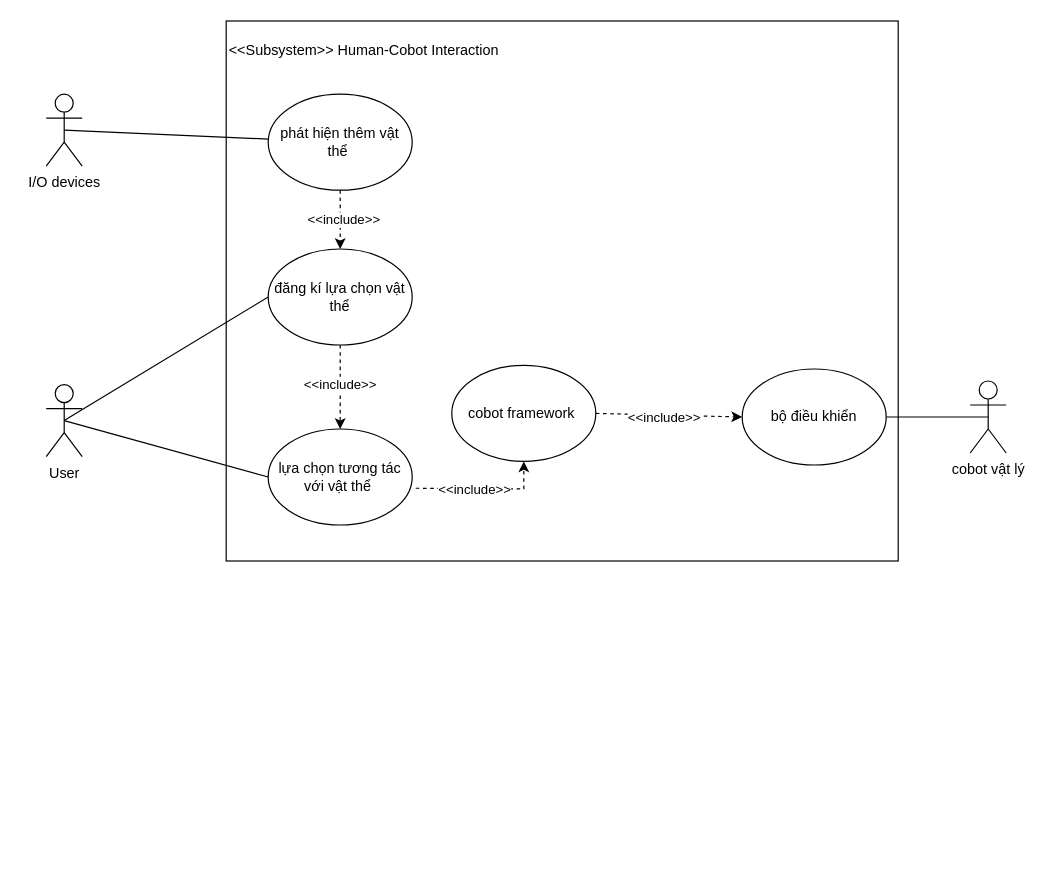
LTDat-HustK65/GP keeps this draw.io diagram as page "Page-1" (1 of 3) of user_diagram.drawio. Above is the earlier version. Source tidied: cells renumbered, new cells numbered last; positions are measured from the earlier drawing's top-left corner, leaving out a move shared by most shapes. Both pictures are drawn from the tidied source at 120%, with x=0, y=0 at pixel (46, 20).
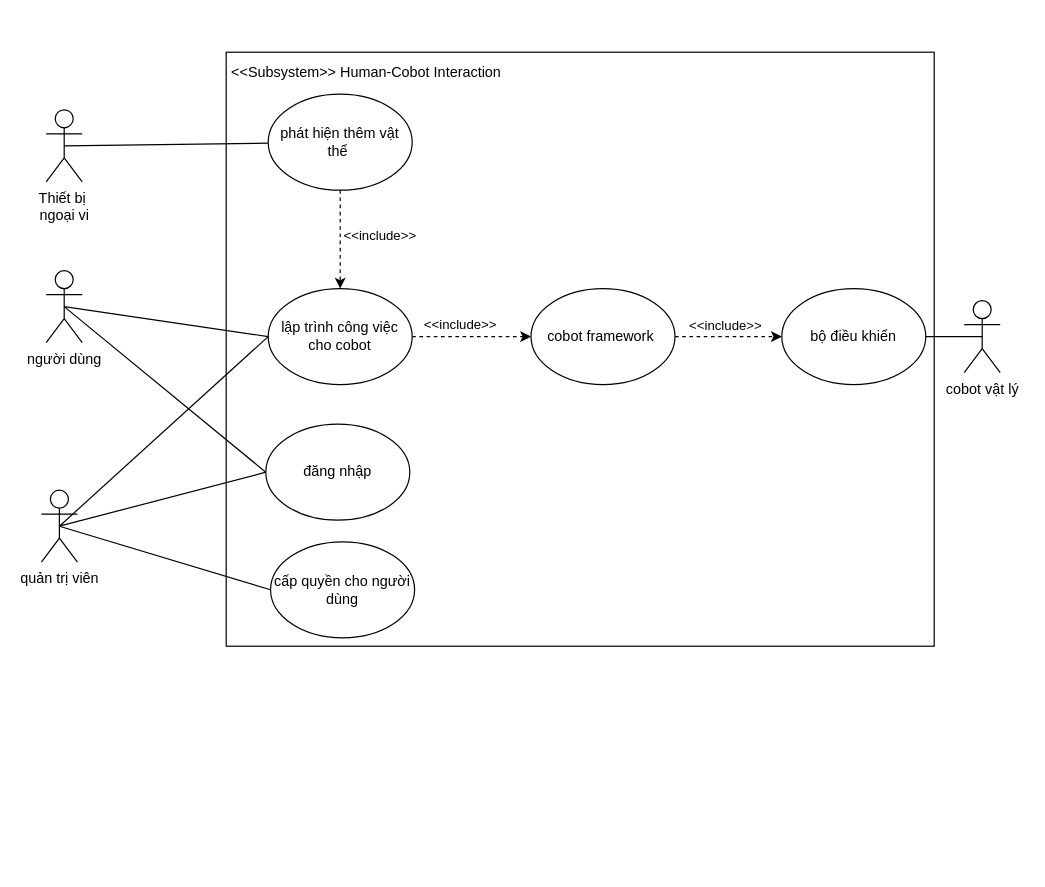
Above is the later version.

The change refers to these unchanged cells:
```xml
<mxCell id="5" value="phát hiện thêm vật thể&amp;nbsp;" style="ellipse;whiteSpace=wrap;html=1;" parent="1" vertex="1">
  <mxGeometry x="185" y="61" width="120" height="80" as="geometry" />
</mxCell>
<mxCell id="24" style="dashed=1;endArrow=classic;html=1;rounded=0;exitX=1;exitY=0.5;exitDx=0;exitDy=0;entryX=0;entryY=0.5;entryDx=0;entryDy=0;" parent="1" edge="1" source="9" target="22">
  <mxGeometry relative="1" as="geometry" />
</mxCell>
```

The edit, as a diff of the source:
```diff
@@
-    <mxCell id="2" value="I/O devices" style="shape=umlActor;verticalLabelPosition=bottom;verticalAlign=top;html=1;outlineConnect=0;" parent="1" vertex="1">
-      <mxGeometry y="61" width="30" height="60" as="geometry" />
+    <mxCell id="2" value="Thiết bị&amp;nbsp;&lt;div&gt;ngoại vi&lt;/div&gt;" style="shape=umlActor;verticalLabelPosition=bottom;verticalAlign=top;html=1;outlineConnect=0;" parent="1" vertex="1">
+      <mxGeometry y="74" width="30" height="60" as="geometry" />
     </mxCell>
-    <mxCell id="3" value="User" style="shape=umlActor;verticalLabelPosition=bottom;verticalAlign=top;html=1;outlineConnect=0;" parent="1" vertex="1">
-      <mxGeometry y="303" width="30" height="60" as="geometry" />
+    <mxCell id="3" value="người dùng" style="shape=umlActor;verticalLabelPosition=bottom;verticalAlign=top;html=1;outlineConnect=0;" parent="1" vertex="1">
+      <mxGeometry y="208" width="30" height="60" as="geometry" />
     </mxCell>
     <mxCell id="4" style="rounded=0;whiteSpace=wrap;html=1;align=center;" parent="1" vertex="1">
-      <mxGeometry x="150" width="560" height="450" as="geometry" />
+      <mxGeometry x="150" y="26" width="590" height="495" as="geometry" />
     </mxCell>
@@
-    <mxCell id="6" value="đăng kí lựa chọn vật thể" style="ellipse;whiteSpace=wrap;html=1;" parent="1" vertex="1">
-      <mxGeometry x="185" y="190" width="120" height="80" as="geometry" />
-    </mxCell>
-    <mxCell id="7" value="lựa chọn tương tác với vật thể&amp;nbsp;" style="ellipse;whiteSpace=wrap;html=1;" parent="1" vertex="1">
-      <mxGeometry x="185" y="340" width="120" height="80" as="geometry" />
+    <mxCell id="7" value="lập trình công việc cho cobot" style="ellipse;whiteSpace=wrap;html=1;" parent="1" vertex="1">
+      <mxGeometry x="185" y="223" width="120" height="80" as="geometry" />
     </mxCell>
     <mxCell id="8" value="cobot vật lý" style="shape=umlActor;verticalLabelPosition=bottom;verticalAlign=top;html=1;outlineConnect=0;" parent="1" vertex="1">
-      <mxGeometry x="770" y="300" width="30" height="60" as="geometry" />
+      <mxGeometry x="765" y="233" width="30" height="60" as="geometry" />
     </mxCell>
     <mxCell id="9" value="cobot framework&amp;nbsp;" style="ellipse;whiteSpace=wrap;html=1;" parent="1" vertex="1">
-      <mxGeometry x="338" y="287" width="120" height="80" as="geometry" />
+      <mxGeometry x="404" y="223" width="120" height="80" as="geometry" />
     </mxCell>
@@
-    <mxCell id="11" style="endArrow=none;html=1;rounded=0;exitX=0.5;exitY=0.5;exitDx=0;exitDy=0;exitPerimeter=0;entryX=0;entryY=0.5;entryDx=0;entryDy=0;" parent="1" edge="1" source="3" target="6">
-      <mxGeometry relative="1" as="geometry" />
-    </mxCell>
@@
     <mxCell id="13" value="&amp;lt;&amp;lt;Subsystem&amp;gt;&amp;gt; Human-Cobot Interaction" style="text;html=1;align=center;verticalAlign=middle;whiteSpace=wrap;rounded=0;" parent="1" vertex="1">
-      <mxGeometry x="150" y="10" width="230" height="30" as="geometry" />
+      <mxGeometry x="152" y="28" width="230" height="30" as="geometry" />
     </mxCell>
-    <mxCell id="14" style="endArrow=classic;html=1;rounded=0;exitX=0.5;exitY=1;exitDx=0;exitDy=0;entryX=0.5;entryY=0;entryDx=0;entryDy=0;dashed=1;" parent="1" edge="1" source="5" target="6">
-      <mxGeometry relative="1" as="geometry" />
-    </mxCell>
-    <mxCell id="15" value="&amp;lt;&amp;lt;include&amp;gt;&amp;gt;" style="edgeLabel;html=1;align=center;verticalAlign=middle;" parent="14" vertex="1">
-      <mxGeometry x="-0.04" y="2" relative="1" as="geometry" />
-    </mxCell>
-    <mxCell id="16" style="dashed=1;endArrow=classic;html=1;rounded=0;exitX=0.5;exitY=1;exitDx=0;exitDy=0;entryX=0.5;entryY=0;entryDx=0;entryDy=0;" parent="1" edge="1" source="6" target="7">
+    <mxCell id="16" style="dashed=1;endArrow=classic;html=1;rounded=0;exitX=0.5;exitY=1;exitDx=0;exitDy=0;entryX=0.5;entryY=0;entryDx=0;entryDy=0;" parent="1" edge="1" source="5" target="7">
       <mxGeometry relative="1" as="geometry" />
     </mxCell>
     <mxCell id="17" value="&amp;lt;&amp;lt;include&amp;gt;&amp;gt;" style="edgeLabel;html=1;align=center;verticalAlign=middle;" parent="16" vertex="1">
-      <mxGeometry x="-0.09" y="-1" relative="1" as="geometry" />
+      <mxGeometry x="-0.09" y="-1" relative="1" as="geometry">
+        <mxPoint x="33" as="offset" />
+      </mxGeometry>
     </mxCell>
-    <mxCell id="18" style="dashed=1;endArrow=classic;html=1;rounded=0;exitX=1.025;exitY=0.617;exitDx=0;exitDy=0;exitPerimeter=0;entryX=0.5;entryY=1;entryDx=0;entryDy=0;" parent="1" edge="1" source="7" target="9">
-      <mxGeometry relative="1" as="geometry">
-        <Array as="points">
-          <mxPoint x="398" y="390" />
-        </Array>
-      </mxGeometry>
+    <mxCell id="18" style="dashed=1;endArrow=classic;html=1;rounded=0;exitX=1;exitY=0.5;exitDx=0;exitDy=0;entryX=0;entryY=0.5;entryDx=0;entryDy=0;" parent="1" edge="1" source="7" target="9">
+      <mxGeometry relative="1" as="geometry" />
     </mxCell>
-    <mxCell id="19" value="&amp;lt;&amp;lt;include&amp;gt;&amp;gt;" style="edgeLabel;html=1;align=center;verticalAlign=middle;" parent="18" vertex="1">
-      <mxGeometry x="-0.13" y="-1" relative="1" as="geometry" />
-    </mxCell>
+    <mxCell id="26" value="&amp;lt;&amp;lt;include&amp;gt;&amp;gt;" style="edgeLabel;html=1;align=center;verticalAlign=middle;" parent="18" vertex="1">
+      <mxGeometry x="-0.22" y="4" relative="1" as="geometry">
+        <mxPoint y="-7" as="offset" />
+      </mxGeometry>
+    </mxCell>
-    <mxCell id="20" style="edgeStyle=orthogonalEdgeStyle;rounded=0;orthogonalLoop=1;jettySize=auto;html=1;exitX=0.5;exitY=1;exitDx=0;exitDy=0;" parent="1" edge="1" source="4" target="4">
-      <mxGeometry relative="1" as="geometry" />
+    <mxCell id="20" style="edgeStyle=orthogonalEdgeStyle;rounded=0;orthogonalLoop=1;jettySize=auto;html=1;exitX=0.5;exitY=1;exitDx=0;exitDy=0;" parent="1" edge="1">
+      <mxGeometry relative="1" as="geometry">
+        <mxPoint x="430" y="696" as="sourcePoint" />
+        <mxPoint x="430" y="696" as="targetPoint" />
+      </mxGeometry>
     </mxCell>
-    <mxCell id="21" style="edgeStyle=orthogonalEdgeStyle;rounded=0;orthogonalLoop=1;jettySize=auto;html=1;exitX=0.5;exitY=1;exitDx=0;exitDy=0;" parent="1" edge="1" source="4" target="4">
-      <mxGeometry relative="1" as="geometry" />
+    <mxCell id="21" style="edgeStyle=orthogonalEdgeStyle;rounded=0;orthogonalLoop=1;jettySize=auto;html=1;exitX=0.5;exitY=1;exitDx=0;exitDy=0;" parent="1" edge="1">
+      <mxGeometry relative="1" as="geometry">
+        <mxPoint x="430" y="696" as="sourcePoint" />
+        <mxPoint x="430" y="696" as="targetPoint" />
+      </mxGeometry>
     </mxCell>
     <mxCell id="22" value="bộ điều khiển" style="ellipse;whiteSpace=wrap;html=1;" parent="1" vertex="1">
-      <mxGeometry x="580" y="290" width="120" height="80" as="geometry" />
+      <mxGeometry x="613" y="223" width="120" height="80" as="geometry" />
     </mxCell>
@@
     <mxCell id="25" value="&amp;lt;&amp;lt;include&amp;gt;&amp;gt;" style="edgeLabel;html=1;align=center;verticalAlign=middle;" parent="24" vertex="1">
-      <mxGeometry x="-0.07" y="-2" relative="1" as="geometry" />
+      <mxGeometry x="-0.07" y="-2" relative="1" as="geometry">
+        <mxPoint y="-12" as="offset" />
+      </mxGeometry>
     </mxCell>
+    <mxCell id="27" value="đăng nhập" style="ellipse;whiteSpace=wrap;html=1;" parent="1" vertex="1">
+      <mxGeometry x="183" y="336" width="120" height="80" as="geometry" />
+    </mxCell>
+    <mxCell id="28" style="endArrow=none;html=1;rounded=0;exitX=0.5;exitY=0.5;exitDx=0;exitDy=0;exitPerimeter=0;entryX=0;entryY=0.5;entryDx=0;entryDy=0;" parent="1" edge="1" source="3" target="27">
+      <mxGeometry relative="1" as="geometry" />
+    </mxCell>
+    <mxCell id="29" value="quản trị viên" style="shape=umlActor;verticalLabelPosition=bottom;verticalAlign=top;html=1;outlineConnect=0;" parent="1" vertex="1">
+      <mxGeometry x="-4" y="391" width="30" height="60" as="geometry" />
+    </mxCell>
+    <mxCell id="30" style="endArrow=none;html=1;rounded=0;exitX=0.5;exitY=0.5;exitDx=0;exitDy=0;exitPerimeter=0;entryX=0;entryY=0.5;entryDx=0;entryDy=0;" parent="1" edge="1" source="29" target="7">
+      <mxGeometry relative="1" as="geometry" />
+    </mxCell>
+    <mxCell id="31" style="endArrow=none;html=1;rounded=0;exitX=0.5;exitY=0.5;exitDx=0;exitDy=0;exitPerimeter=0;entryX=0;entryY=0.5;entryDx=0;entryDy=0;" parent="1" edge="1" source="29" target="27">
+      <mxGeometry relative="1" as="geometry" />
+    </mxCell>
+    <mxCell id="32" value="cấp quyền cho người dùng" style="ellipse;whiteSpace=wrap;html=1;" parent="1" vertex="1">
+      <mxGeometry x="187" y="434" width="120" height="80" as="geometry" />
+    </mxCell>
+    <mxCell id="33" style="endArrow=none;html=1;rounded=0;exitX=0.5;exitY=0.5;exitDx=0;exitDy=0;exitPerimeter=0;entryX=0;entryY=0.5;entryDx=0;entryDy=0;" parent="1" edge="1" source="29" target="32">
+      <mxGeometry relative="1" as="geometry" />
+    </mxCell>
```
